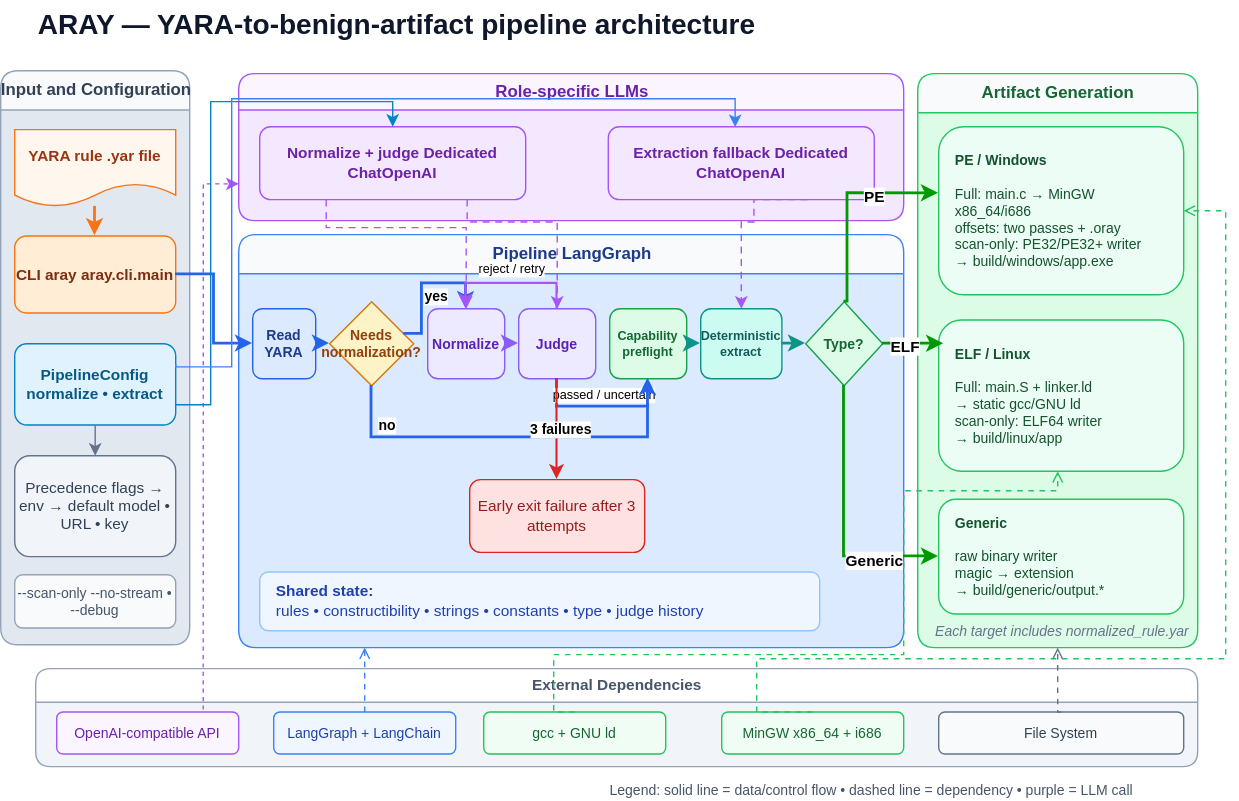
Above: docs/site/diagrams/aray-architecture.svg in c2dc/aray (draw.io), before the change. Source tidied: cells renumbered, new cells last; positions are measured from the earlier drawing's top-left corner, leaving out a move shared by most shapes.
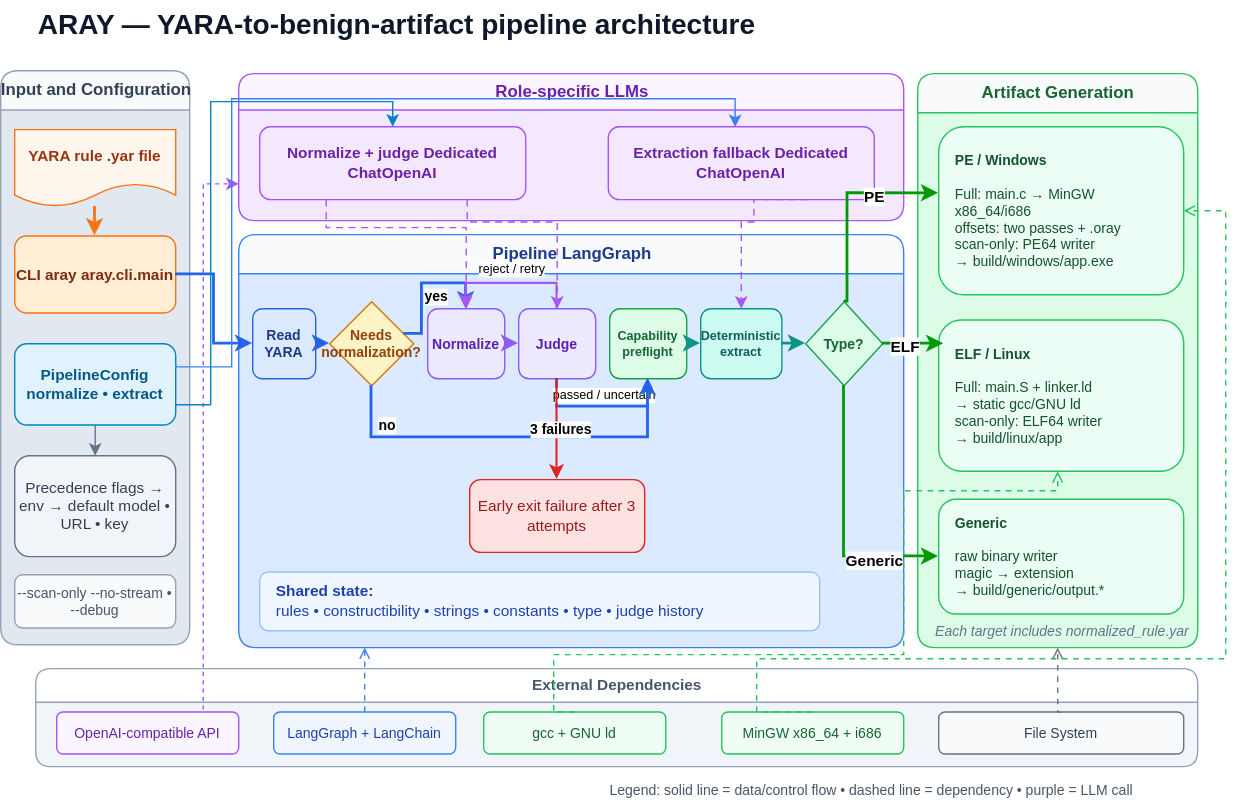
After the commit.

What changed in the source:
```diff
@@ -65,7 +65,7 @@
     <mxCell id="22" value="&lt;b&gt;Shared state:&lt;/b&gt;&lt;br&gt;rules • constructibility • strings • constants • type • judge history" style="rounded=1;whiteSpace=wrap;html=1;fillColor=#EFF6FF;strokeColor=#93C5FD;fontColor=#1E40AF;fontSize=11;align=left;spacingLeft=10;spacingRight=8;" parent="1" vertex="1">
       <mxGeometry x="185" y="408" width="400" height="42" as="geometry" />
     </mxCell>
-    <mxCell id="23" value="&lt;b&gt;PE / Windows&lt;/b&gt;&lt;br&gt;&lt;br&gt;Full: main.c → MinGW x86_64/i686&lt;br&gt;offsets: two passes + .oray&lt;br&gt;scan-only: PE32/PE32+ writer&lt;br&gt;→ build/windows/app.exe" style="rounded=1;whiteSpace=wrap;html=1;align=left;verticalAlign=middle;spacingLeft=10;spacingRight=8;fillColor=#ECFDF5;strokeColor=#22C55E;fontColor=#14532D;fontSize=10;fontStyle=0;" parent="1" vertex="1">
+    <mxCell id="23" value="&lt;b&gt;PE / Windows&lt;/b&gt;&lt;br&gt;&lt;br&gt;Full: main.c → MinGW x86_64/i686&lt;br&gt;offsets: two passes + .oray&lt;br&gt;scan-only: PE64 writer&lt;br&gt;→ build/windows/app.exe" style="rounded=1;whiteSpace=wrap;html=1;align=left;verticalAlign=middle;spacingLeft=10;spacingRight=8;fillColor=#ECFDF5;strokeColor=#22C55E;fontColor=#14532D;fontSize=10;fontStyle=0;" parent="1" vertex="1">
       <mxGeometry x="670" y="90" width="175" height="120" as="geometry" />
     </mxCell>
     <mxCell id="24" value="&lt;b&gt;ELF / Linux&lt;/b&gt;&lt;br&gt;&lt;br&gt;Full: main.S + linker.ld&lt;br&gt;→ static gcc/GNU ld&lt;br&gt;scan-only: ELF64 writer&lt;br&gt;→ build/linux/app" style="rounded=1;whiteSpace=wrap;html=1;align=left;verticalAlign=middle;spacingLeft=10;spacingRight=8;fillColor=#ECFDF5;strokeColor=#22C55E;fontColor=#14532D;fontSize=10;fontStyle=0;" parent="1" vertex="1">
```
